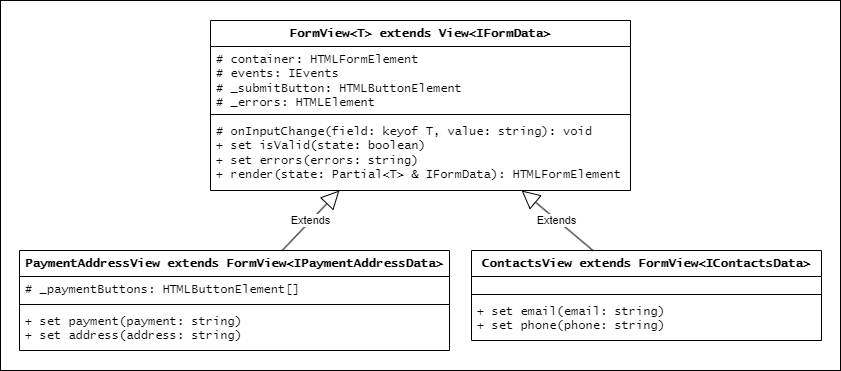
Earlier version of the draw.io export documentation/View/FormClasses.png (anna-kobis/web-larek). Source tidied: cells renumbered, new cells last; positions are measured from the earlier drawing's top-left corner, leaving out a move shared by most shapes. Its diagram source:
```xml
<mxGraphModel>
  <root>
    <mxCell id="0" />
    <mxCell id="1" parent="0" />
    <mxCell id="2" style="rounded=0;whiteSpace=wrap;html=1;" parent="1" vertex="1">
      <mxGeometry width="840" height="370" as="geometry" />
    </mxCell>
    <mxCell id="3" value="FormView&amp;lt;T&amp;gt; extends View&amp;lt;IFormData&amp;gt;" style="swimlane;fontStyle=1;align=center;verticalAlign=top;horizontal=1;startSize=26;whiteSpace=wrap;html=1;fontFamily=Lucida Console;" parent="1" vertex="1">
      <mxGeometry x="210" y="20" width="420" height="170" as="geometry" />
    </mxCell>
    <mxCell id="4" value="&lt;div&gt;&lt;div&gt;# container: HTMLFormElement&lt;/div&gt;&lt;div&gt;# events: IEvents&lt;/div&gt;&lt;div&gt;&lt;span style=&quot;white-space: normal;&quot;&gt;# _submitButton: HTMLButtonElement&lt;/span&gt;&lt;/div&gt;&lt;div&gt;&lt;span style=&quot;white-space: normal;&quot;&gt;# _errors: HTMLElement&lt;/span&gt;&lt;/div&gt;&lt;/div&gt;" style="text;strokeColor=none;fillColor=none;align=left;verticalAlign=top;spacingLeft=4;spacingRight=4;overflow=hidden;whiteSpace=wrap;html=1;fontFamily=Lucida Console;" parent="3" vertex="1">
      <mxGeometry y="26" width="420" height="64" as="geometry" />
    </mxCell>
    <mxCell id="5" style="line;strokeWidth=1;fillColor=none;align=left;verticalAlign=middle;spacingTop=-1;spacingLeft=3;spacingRight=3;labelPosition=right;strokeColor=inherit;fontFamily=Lucida Console;" parent="3" vertex="1">
      <mxGeometry y="90" width="420" height="8" as="geometry" />
    </mxCell>
    <mxCell id="6" value="&lt;div&gt;# onInputChange(field: keyof T, value: string): void&lt;/div&gt;&lt;div&gt;&lt;span style=&quot;white-space: normal;&quot;&gt;+ set isValid(state: boolean)&lt;/span&gt;&lt;/div&gt;&lt;div&gt;&lt;span style=&quot;white-space: normal;&quot;&gt;+ set errors(errors: string)&lt;/span&gt;&lt;/div&gt;&lt;div&gt;&lt;span style=&quot;white-space: normal;&quot;&gt;+ render(state: Partial&amp;lt;T&amp;gt; &amp;amp; IFormData): HTMLFormElement&lt;/span&gt;&lt;/div&gt;" style="text;strokeColor=none;fillColor=none;align=left;verticalAlign=top;spacingLeft=4;spacingRight=4;overflow=hidden;whiteSpace=wrap;html=1;fontFamily=Lucida Console;fontStyle=0;" parent="3" vertex="1">
      <mxGeometry y="98" width="420" height="72" as="geometry" />
    </mxCell>
    <mxCell id="7" value="ContactsView extends FormView&amp;lt;IContactsData&amp;gt;" style="swimlane;fontStyle=1;align=center;verticalAlign=top;horizontal=1;startSize=26;whiteSpace=wrap;html=1;fontFamily=Lucida Console;" parent="1" vertex="1">
      <mxGeometry x="471" y="250" width="350" height="90" as="geometry" />
    </mxCell>
    <mxCell id="8" value="&lt;div&gt;&lt;div&gt;&amp;nbsp; &amp;nbsp;&lt;/div&gt;&lt;/div&gt;" style="text;strokeColor=none;fillColor=none;align=left;verticalAlign=top;spacingLeft=4;spacingRight=4;overflow=hidden;whiteSpace=wrap;html=1;fontFamily=Lucida Console;" parent="7" vertex="1">
      <mxGeometry y="26" width="350" height="14" as="geometry" />
    </mxCell>
    <mxCell id="9" style="line;strokeWidth=1;fillColor=none;align=left;verticalAlign=middle;spacingTop=-1;spacingLeft=3;spacingRight=3;labelPosition=right;strokeColor=inherit;fontFamily=Lucida Console;" parent="7" vertex="1">
      <mxGeometry y="40" width="350" height="8" as="geometry" />
    </mxCell>
    <mxCell id="10" value="&lt;div&gt;+ set email(email: string)&lt;/div&gt;&lt;div&gt;&lt;span style=&quot;white-space: normal;&quot;&gt;+ set phone(phone: string)&lt;/span&gt;&lt;/div&gt;" style="text;strokeColor=none;fillColor=none;align=left;verticalAlign=top;spacingLeft=4;spacingRight=4;overflow=hidden;whiteSpace=wrap;html=1;fontFamily=Lucida Console;fontStyle=0;" parent="7" vertex="1">
      <mxGeometry y="48" width="350" height="42" as="geometry" />
    </mxCell>
    <mxCell id="11" value="Extends" style="endArrow=block;endSize=16;endFill=0;html=1;rounded=0;" parent="1" edge="1" source="7" target="3">
      <mxGeometry relative="1" as="geometry" />
    </mxCell>
    <mxCell id="12" value="PaymentAddressView extends FormView&amp;lt;IPaymentAddressData&amp;gt;" style="swimlane;fontStyle=1;align=center;verticalAlign=top;horizontal=1;startSize=26;whiteSpace=wrap;html=1;fontFamily=Lucida Console;" parent="1" vertex="1">
      <mxGeometry x="19" y="250" width="430" height="100" as="geometry" />
    </mxCell>
    <mxCell id="13" value="&lt;div&gt;&lt;div&gt;# _paymentButtons: HTMLButtonElement[]&lt;/div&gt;&lt;/div&gt;" style="text;strokeColor=none;fillColor=none;align=left;verticalAlign=top;spacingLeft=4;spacingRight=4;overflow=hidden;whiteSpace=wrap;html=1;fontFamily=Lucida Console;" parent="12" vertex="1">
      <mxGeometry y="26" width="430" height="24" as="geometry" />
    </mxCell>
    <mxCell id="14" style="line;strokeWidth=1;fillColor=none;align=left;verticalAlign=middle;spacingTop=-1;spacingLeft=3;spacingRight=3;labelPosition=right;strokeColor=inherit;fontFamily=Lucida Console;" parent="12" vertex="1">
      <mxGeometry y="50" width="430" height="8" as="geometry" />
    </mxCell>
    <mxCell id="15" value="&lt;div&gt;+ set payment(payment: string)&lt;/div&gt;&lt;div&gt;&lt;span style=&quot;white-space: normal;&quot;&gt;+ set address(address: string)&lt;/span&gt;&lt;/div&gt;" style="text;strokeColor=none;fillColor=none;align=left;verticalAlign=top;spacingLeft=4;spacingRight=4;overflow=hidden;whiteSpace=wrap;html=1;fontFamily=Lucida Console;fontStyle=0;" parent="12" vertex="1">
      <mxGeometry y="58" width="430" height="42" as="geometry" />
    </mxCell>
    <mxCell id="16" value="Extends" style="endArrow=block;endSize=16;endFill=0;html=1;rounded=0;" parent="1" edge="1" source="12" target="3">
      <mxGeometry relative="1" as="geometry" />
    </mxCell>
  </root>
</mxGraphModel>
```
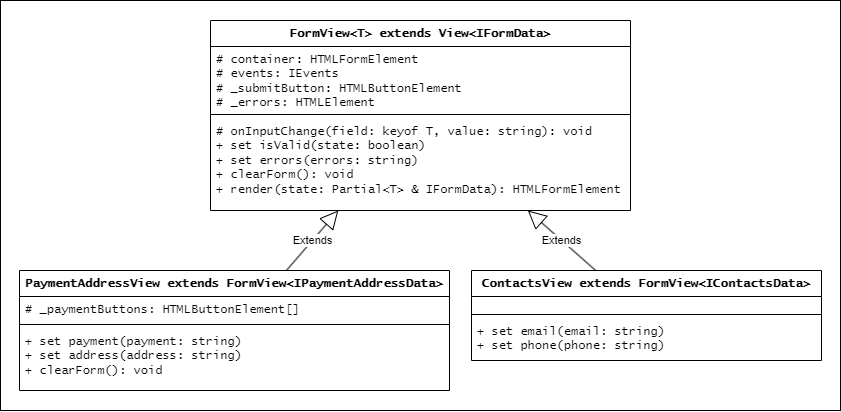
Later version of the same file.

Change to the diagram source:
```diff
@@ -3,10 +3,25 @@
     <mxCell id="0" />
     <mxCell id="1" parent="0" />
     <mxCell id="2" style="rounded=0;whiteSpace=wrap;html=1;" parent="1" vertex="1">
-      <mxGeometry width="840" height="370" as="geometry" />
+      <mxGeometry y="-10" width="840" height="410" as="geometry" />
     </mxCell>
+    <mxCell id="17" value="Extends" style="endArrow=block;endSize=16;endFill=0;html=1;rounded=0;" parent="1" edge="1" source="x">
+      <mxGeometry relative="1" as="geometry">
+        <mxPoint x="640" y="-86.8" as="targetPoint" />
+      </mxGeometry>
+    </mxCell>
+    <mxCell id="18" value="Extends" style="endArrow=block;endSize=16;endFill=0;html=1;rounded=0;exitX=0.384;exitY=0.015;exitDx=0;exitDy=0;exitPerimeter=0;entryX=0.185;entryY=1.032;entryDx=0;entryDy=0;entryPerimeter=0;" parent="1" edge="1" source="x">
+      <mxGeometry relative="1" as="geometry">
+        <mxPoint x="-63.6" y="254.2" as="targetPoint" />
+      </mxGeometry>
+    </mxCell>
+    <mxCell id="19" value="Extends" style="endArrow=block;endSize=16;endFill=0;html=1;rounded=0;entryX=0.827;entryY=0.996;entryDx=0;entryDy=0;entryPerimeter=0;" parent="1" edge="1" source="x">
+      <mxGeometry relative="1" as="geometry">
+        <mxPoint x="132.2" y="249.5" as="targetPoint" />
+      </mxGeometry>
+    </mxCell>
     <mxCell id="3" value="FormView&amp;lt;T&amp;gt; extends View&amp;lt;IFormData&amp;gt;" style="swimlane;fontStyle=1;align=center;verticalAlign=top;horizontal=1;startSize=26;whiteSpace=wrap;html=1;fontFamily=Lucida Console;" parent="1" vertex="1">
-      <mxGeometry x="210" y="20" width="420" height="170" as="geometry" />
+      <mxGeometry x="210" y="10" width="420" height="190" as="geometry" />
     </mxCell>
     <mxCell id="4" value="&lt;div&gt;&lt;div&gt;# container: HTMLFormElement&lt;/div&gt;&lt;div&gt;# events: IEvents&lt;/div&gt;&lt;div&gt;&lt;span style=&quot;white-space: normal;&quot;&gt;# _submitButton: HTMLButtonElement&lt;/span&gt;&lt;/div&gt;&lt;div&gt;&lt;span style=&quot;white-space: normal;&quot;&gt;# _errors: HTMLElement&lt;/span&gt;&lt;/div&gt;&lt;/div&gt;" style="text;strokeColor=none;fillColor=none;align=left;verticalAlign=top;spacingLeft=4;spacingRight=4;overflow=hidden;whiteSpace=wrap;html=1;fontFamily=Lucida Console;" parent="3" vertex="1">
       <mxGeometry y="26" width="420" height="64" as="geometry" />
@@ -14,11 +29,11 @@
     <mxCell id="5" style="line;strokeWidth=1;fillColor=none;align=left;verticalAlign=middle;spacingTop=-1;spacingLeft=3;spacingRight=3;labelPosition=right;strokeColor=inherit;fontFamily=Lucida Console;" parent="3" vertex="1">
       <mxGeometry y="90" width="420" height="8" as="geometry" />
     </mxCell>
-    <mxCell id="6" value="&lt;div&gt;# onInputChange(field: keyof T, value: string): void&lt;/div&gt;&lt;div&gt;&lt;span style=&quot;white-space: normal;&quot;&gt;+ set isValid(state: boolean)&lt;/span&gt;&lt;/div&gt;&lt;div&gt;&lt;span style=&quot;white-space: normal;&quot;&gt;+ set errors(errors: string)&lt;/span&gt;&lt;/div&gt;&lt;div&gt;&lt;span style=&quot;white-space: normal;&quot;&gt;+ render(state: Partial&amp;lt;T&amp;gt; &amp;amp; IFormData): HTMLFormElement&lt;/span&gt;&lt;/div&gt;" style="text;strokeColor=none;fillColor=none;align=left;verticalAlign=top;spacingLeft=4;spacingRight=4;overflow=hidden;whiteSpace=wrap;html=1;fontFamily=Lucida Console;fontStyle=0;" parent="3" vertex="1">
-      <mxGeometry y="98" width="420" height="72" as="geometry" />
+    <mxCell id="6" value="&lt;div&gt;# onInputChange(field: keyof T, value: string): void&lt;/div&gt;&lt;div&gt;&lt;span style=&quot;white-space: normal;&quot;&gt;+ set isValid(state: boolean)&lt;/span&gt;&lt;/div&gt;&lt;div&gt;&lt;span style=&quot;white-space: normal;&quot;&gt;+ set errors(errors: string)&lt;/span&gt;&lt;/div&gt;&lt;div&gt;&lt;span style=&quot;white-space: normal;&quot;&gt;+&amp;nbsp;&lt;/span&gt;&lt;span style=&quot;background-color: initial;&quot;&gt;clearForm(): void&lt;/span&gt;&lt;/div&gt;&lt;div&gt;&lt;span style=&quot;white-space: normal;&quot;&gt;+ render(state: Partial&amp;lt;T&amp;gt; &amp;amp; IFormData): HTMLFormElement&lt;/span&gt;&lt;/div&gt;" style="text;strokeColor=none;fillColor=none;align=left;verticalAlign=top;spacingLeft=4;spacingRight=4;overflow=hidden;whiteSpace=wrap;html=1;fontFamily=Lucida Console;fontStyle=0;" parent="3" vertex="1">
+      <mxGeometry y="98" width="420" height="92" as="geometry" />
     </mxCell>
     <mxCell id="7" value="ContactsView extends FormView&amp;lt;IContactsData&amp;gt;" style="swimlane;fontStyle=1;align=center;verticalAlign=top;horizontal=1;startSize=26;whiteSpace=wrap;html=1;fontFamily=Lucida Console;" parent="1" vertex="1">
-      <mxGeometry x="471" y="250" width="350" height="90" as="geometry" />
+      <mxGeometry x="471" y="260" width="350" height="90" as="geometry" />
     </mxCell>
     <mxCell id="8" value="&lt;div&gt;&lt;div&gt;&amp;nbsp; &amp;nbsp;&lt;/div&gt;&lt;/div&gt;" style="text;strokeColor=none;fillColor=none;align=left;verticalAlign=top;spacingLeft=4;spacingRight=4;overflow=hidden;whiteSpace=wrap;html=1;fontFamily=Lucida Console;" parent="7" vertex="1">
       <mxGeometry y="26" width="350" height="14" as="geometry" />
@@ -33,7 +48,7 @@
       <mxGeometry relative="1" as="geometry" />
     </mxCell>
     <mxCell id="12" value="PaymentAddressView extends FormView&amp;lt;IPaymentAddressData&amp;gt;" style="swimlane;fontStyle=1;align=center;verticalAlign=top;horizontal=1;startSize=26;whiteSpace=wrap;html=1;fontFamily=Lucida Console;" parent="1" vertex="1">
-      <mxGeometry x="19" y="250" width="430" height="100" as="geometry" />
+      <mxGeometry x="19" y="260" width="430" height="120" as="geometry" />
     </mxCell>
     <mxCell id="13" value="&lt;div&gt;&lt;div&gt;# _paymentButtons: HTMLButtonElement[]&lt;/div&gt;&lt;/div&gt;" style="text;strokeColor=none;fillColor=none;align=left;verticalAlign=top;spacingLeft=4;spacingRight=4;overflow=hidden;whiteSpace=wrap;html=1;fontFamily=Lucida Console;" parent="12" vertex="1">
       <mxGeometry y="26" width="430" height="24" as="geometry" />
@@ -41,11 +56,21 @@
     <mxCell id="14" style="line;strokeWidth=1;fillColor=none;align=left;verticalAlign=middle;spacingTop=-1;spacingLeft=3;spacingRight=3;labelPosition=right;strokeColor=inherit;fontFamily=Lucida Console;" parent="12" vertex="1">
       <mxGeometry y="50" width="430" height="8" as="geometry" />
     </mxCell>
-    <mxCell id="15" value="&lt;div&gt;+ set payment(payment: string)&lt;/div&gt;&lt;div&gt;&lt;span style=&quot;white-space: normal;&quot;&gt;+ set address(address: string)&lt;/span&gt;&lt;/div&gt;" style="text;strokeColor=none;fillColor=none;align=left;verticalAlign=top;spacingLeft=4;spacingRight=4;overflow=hidden;whiteSpace=wrap;html=1;fontFamily=Lucida Console;fontStyle=0;" parent="12" vertex="1">
-      <mxGeometry y="58" width="430" height="42" as="geometry" />
+    <mxCell id="15" value="&lt;div&gt;+ set payment(payment: string)&lt;/div&gt;&lt;div&gt;&lt;span style=&quot;white-space: normal;&quot;&gt;+ set address(address: string)&lt;/span&gt;&lt;/div&gt;&lt;div&gt;&lt;span style=&quot;white-space: normal;&quot;&gt;+&amp;nbsp;&lt;/span&gt;&lt;span style=&quot;background-color: initial;&quot;&gt;clearForm(): void&lt;/span&gt;&lt;/div&gt;" style="text;strokeColor=none;fillColor=none;align=left;verticalAlign=top;spacingLeft=4;spacingRight=4;overflow=hidden;whiteSpace=wrap;html=1;fontFamily=Lucida Console;fontStyle=0;" parent="12" vertex="1">
+      <mxGeometry y="58" width="430" height="62" as="geometry" />
     </mxCell>
     <mxCell id="16" value="Extends" style="endArrow=block;endSize=16;endFill=0;html=1;rounded=0;" parent="1" edge="1" source="12" target="3">
       <mxGeometry relative="1" as="geometry" />
     </mxCell>
+    <mxCell id="20" value="Extends" style="endArrow=block;endSize=16;endFill=0;html=1;rounded=0;entryX=1;entryY=0.5;entryDx=0;entryDy=0;" parent="1" edge="1" source="x">
+      <mxGeometry relative="1" as="geometry">
+        <mxPoint x="640" y="-152" as="targetPoint" />
+      </mxGeometry>
+    </mxCell>
+    <mxCell id="21" value="Extends" style="endArrow=block;endSize=16;endFill=0;html=1;rounded=0;" parent="1" edge="1" target="x">
+      <mxGeometry relative="1" as="geometry">
+        <mxPoint x="-20" y="-112.9" as="sourcePoint" />
+      </mxGeometry>
+    </mxCell>
   </root>
 </mxGraphModel>
```
